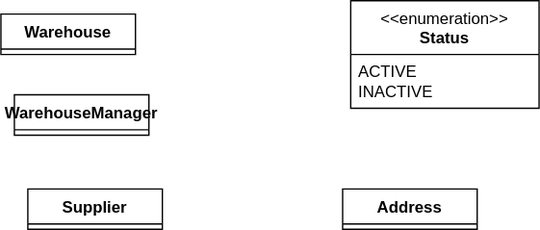
The draw.io diagram nsirh-classes.svg in Simamkele88/IFM3_GP, before a commit. Source tidied: cells renumbered, new cells last; positions are measured from the earlier drawing's top-left corner, leaving out a move shared by most shapes.
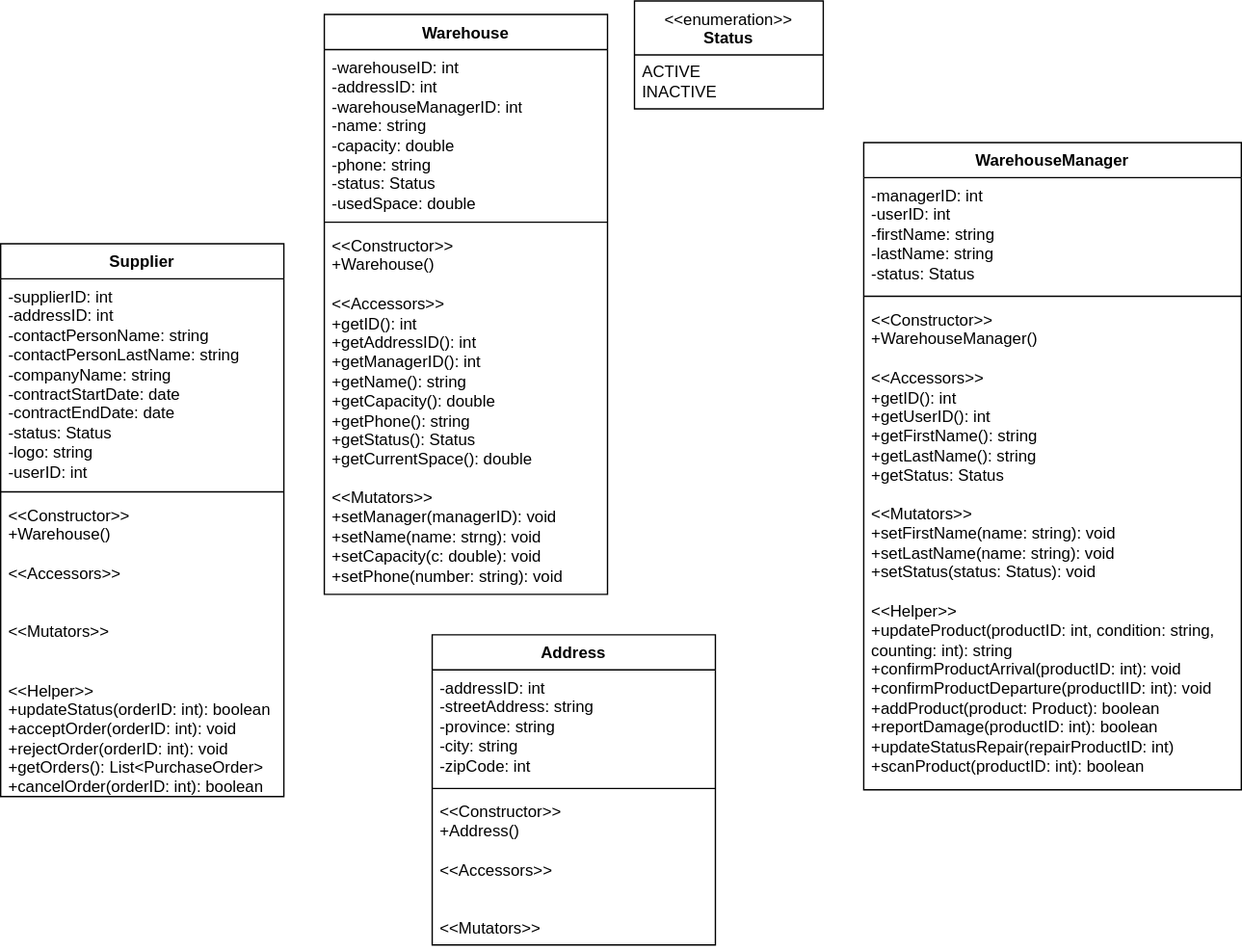
Later version of the same file.

What changed in the source:
```diff
@@ -2,23 +2,59 @@
   <root>
     <mxCell id="0" />
     <mxCell id="1" parent="0" />
-    <mxCell id="2" value="Warehouse" style="swimlane;fontStyle=1;align=center;verticalAlign=top;horizontal=1;startSize=26;whiteSpace=wrap;html=1;" parent="1" vertex="1" collapsed="1">
-      <mxGeometry y="10" width="100" height="30" as="geometry" />
+    <mxCell id="2" value="Warehouse" style="swimlane;fontStyle=1;align=center;verticalAlign=top;horizontal=1;startSize=26;whiteSpace=wrap;html=1;" parent="1" vertex="1">
+      <mxGeometry x="80" y="-40" width="210" height="430" as="geometry" />
     </mxCell>
+    <mxCell id="8" value="-warehouseID: int&lt;div&gt;-addressID: int&lt;/div&gt;&lt;div&gt;-warehouseManagerID: int&lt;/div&gt;&lt;div&gt;-name: string&lt;/div&gt;&lt;div&gt;-capacity: double&lt;/div&gt;&lt;div&gt;-phone: string&lt;/div&gt;&lt;div&gt;-status: Status&lt;/div&gt;&lt;div&gt;-usedSpace: double&lt;/div&gt;&lt;div&gt;&lt;br&gt;&lt;/div&gt;" style="text;strokeColor=none;fillColor=none;align=left;verticalAlign=top;spacingLeft=4;spacingRight=4;overflow=hidden;whiteSpace=wrap;html=1;" parent="2" vertex="1">
+      <mxGeometry y="26" width="210" height="124" as="geometry" />
+    </mxCell>
+    <mxCell id="9" style="line;strokeWidth=1;fillColor=none;align=left;verticalAlign=middle;spacingTop=-1;spacingLeft=3;spacingRight=3;labelPosition=right;strokeColor=inherit;" parent="2" vertex="1">
+      <mxGeometry y="150" width="210" height="8" as="geometry" />
+    </mxCell>
+    <mxCell id="10" value="&amp;lt;&amp;lt;Constructor&amp;gt;&amp;gt;&lt;div&gt;+Warehouse()&lt;/div&gt;&lt;div&gt;&lt;br&gt;&lt;/div&gt;&lt;div&gt;&amp;lt;&amp;lt;Accessors&amp;gt;&amp;gt;&lt;/div&gt;&lt;div&gt;+getID(): int&lt;/div&gt;&lt;div&gt;+getAddressID(): int&lt;/div&gt;&lt;div&gt;+getManagerID(): int&lt;/div&gt;&lt;div&gt;+getName(): string&lt;/div&gt;&lt;div&gt;+getCapacity(): double&lt;/div&gt;&lt;div&gt;+getPhone(): string&lt;/div&gt;&lt;div&gt;+getStatus(): Status&lt;/div&gt;&lt;div&gt;+getCurrentSpace(): double&lt;/div&gt;&lt;div&gt;&lt;br&gt;&lt;/div&gt;&lt;div&gt;&amp;lt;&amp;lt;Mutators&amp;gt;&amp;gt;&lt;/div&gt;&lt;div&gt;+setManager(managerID): void&lt;/div&gt;&lt;div&gt;+setName(name: strng): void&lt;/div&gt;&lt;div&gt;+setCapacity(c: double): void&lt;/div&gt;&lt;div&gt;+setPhone(number: string): void&lt;/div&gt;&lt;div&gt;&lt;br&gt;&lt;/div&gt;" style="text;strokeColor=none;fillColor=none;align=left;verticalAlign=top;spacingLeft=4;spacingRight=4;overflow=hidden;whiteSpace=wrap;html=1;" parent="2" vertex="1">
+      <mxGeometry y="158" width="210" height="272" as="geometry" />
+    </mxCell>
     <mxCell id="3" value="&amp;lt;&amp;lt;enumeration&amp;gt;&amp;gt;&lt;br&gt;&lt;b&gt;Status&lt;/b&gt;" style="swimlane;fontStyle=0;align=center;verticalAlign=top;horizontal=1;startSize=40;html=1;whiteSpace=wrap;" parent="1" vertex="1">
-      <mxGeometry x="260" width="140" height="80" as="geometry" />
+      <mxGeometry x="310" y="-50" width="140" height="80" as="geometry" />
     </mxCell>
     <mxCell id="4" value="ACTIVE&lt;div&gt;INACTIVE&lt;/div&gt;" style="text;html=1;strokeColor=none;fillColor=none;align=left;verticalAlign=middle;spacingLeft=4;spacingRight=4;overflow=hidden;whiteSpace=wrap;" parent="3" vertex="1">
       <mxGeometry y="40" width="140" height="40" as="geometry" />
     </mxCell>
-    <mxCell id="5" value="WarehouseManager" style="swimlane;fontStyle=1;align=center;verticalAlign=top;horizontal=1;startSize=26;whiteSpace=wrap;html=1;" parent="1" vertex="1" collapsed="1">
-      <mxGeometry x="10" y="70" width="100" height="30" as="geometry" />
+    <mxCell id="5" value="WarehouseManager" style="swimlane;fontStyle=1;align=center;verticalAlign=top;horizontal=1;startSize=26;whiteSpace=wrap;html=1;" parent="1" vertex="1">
+      <mxGeometry x="480" y="55" width="280" height="480" as="geometry" />
     </mxCell>
+    <mxCell id="11" value="-managerID: int&lt;div&gt;-userID: int&lt;/div&gt;&lt;div&gt;-firstName: string&lt;/div&gt;&lt;div&gt;-lastName: string&lt;/div&gt;&lt;div&gt;-status: Status&lt;/div&gt;&lt;div&gt;&lt;br&gt;&lt;/div&gt;" style="text;strokeColor=none;fillColor=none;align=left;verticalAlign=top;spacingLeft=4;spacingRight=4;overflow=hidden;whiteSpace=wrap;html=1;" parent="5" vertex="1">
+      <mxGeometry y="26" width="280" height="84" as="geometry" />
+    </mxCell>
+    <mxCell id="12" style="line;strokeWidth=1;fillColor=none;align=left;verticalAlign=middle;spacingTop=-1;spacingLeft=3;spacingRight=3;labelPosition=right;strokeColor=inherit;" parent="5" vertex="1">
+      <mxGeometry y="110" width="280" height="8" as="geometry" />
+    </mxCell>
+    <mxCell id="13" value="&amp;lt;&amp;lt;Constructor&amp;gt;&amp;gt;&lt;div&gt;+WarehouseManager()&lt;/div&gt;&lt;div&gt;&lt;br&gt;&lt;/div&gt;&lt;div&gt;&amp;lt;&amp;lt;Accessors&amp;gt;&amp;gt;&lt;/div&gt;&lt;div&gt;+getID(): int&lt;/div&gt;&lt;div&gt;+getUserID(): int&lt;/div&gt;&lt;div&gt;+getFirstName(): string&lt;/div&gt;&lt;div&gt;+getLastName(): string&lt;/div&gt;&lt;div&gt;+getStatus: Status&lt;/div&gt;&lt;div&gt;&lt;br&gt;&lt;/div&gt;&lt;div&gt;&amp;lt;&amp;lt;Mutators&amp;gt;&amp;gt;&lt;/div&gt;&lt;div&gt;+setFirstName(name: string): void&lt;/div&gt;&lt;div&gt;+s&lt;span style=&quot;background-color: transparent; color: light-dark(rgb(0, 0, 0), rgb(255, 255, 255));&quot;&gt;etLastName(name: string): void&lt;/span&gt;&lt;/div&gt;&lt;div&gt;+setStatus(status: Status): void&lt;/div&gt;&lt;div&gt;&lt;br&gt;&lt;/div&gt;&lt;div&gt;&amp;lt;&amp;lt;Helper&amp;gt;&amp;gt;&lt;/div&gt;&lt;div&gt;+updateProduct(productID: int, condition: string, counting: int): string&lt;/div&gt;&lt;div&gt;+confirmProductArrival(productID: int): void&lt;/div&gt;&lt;div&gt;+confirmProductDeparture(productIID: int): void&lt;/div&gt;&lt;div&gt;+addProduct(product: Product): boolean&lt;/div&gt;&lt;div&gt;+reportDamage(productID: int): boolean&lt;/div&gt;&lt;div&gt;+updateStatusRepair(repairProductID: int)&lt;/div&gt;&lt;div&gt;+scanProduct(productID: int): boolean&lt;/div&gt;" style="text;strokeColor=none;fillColor=none;align=left;verticalAlign=top;spacingLeft=4;spacingRight=4;overflow=hidden;whiteSpace=wrap;html=1;" parent="5" vertex="1">
+      <mxGeometry y="118" width="280" height="362" as="geometry" />
+    </mxCell>
-    <mxCell id="6" value="Supplier" style="swimlane;fontStyle=1;align=center;verticalAlign=top;horizontal=1;startSize=26;whiteSpace=wrap;html=1;" parent="1" vertex="1" collapsed="1">
-      <mxGeometry x="20" y="140" width="100" height="30" as="geometry" />
+    <mxCell id="6" value="Supplier" style="swimlane;fontStyle=1;align=center;verticalAlign=top;horizontal=1;startSize=26;whiteSpace=wrap;html=1;" parent="1" vertex="1">
+      <mxGeometry x="-160" y="130" width="210" height="410" as="geometry" />
     </mxCell>
+    <mxCell id="14" value="-supplierID: int&lt;div&gt;-addressID: int&lt;/div&gt;&lt;div&gt;-contactPersonName: string&lt;/div&gt;&lt;div&gt;-contactPersonLastName: string&lt;/div&gt;&lt;div&gt;-companyName: string&lt;/div&gt;&lt;div&gt;-contractStartDate: date&lt;/div&gt;&lt;div&gt;-contractEndDate: date&lt;/div&gt;&lt;div&gt;-status: Status&lt;/div&gt;&lt;div&gt;-logo: string&lt;/div&gt;&lt;div&gt;-userID: int&lt;/div&gt;" style="text;strokeColor=none;fillColor=none;align=left;verticalAlign=top;spacingLeft=4;spacingRight=4;overflow=hidden;whiteSpace=wrap;html=1;" parent="6" vertex="1">
+      <mxGeometry y="26" width="210" height="154" as="geometry" />
+    </mxCell>
+    <mxCell id="15" style="line;strokeWidth=1;fillColor=none;align=left;verticalAlign=middle;spacingTop=-1;spacingLeft=3;spacingRight=3;labelPosition=right;strokeColor=inherit;" parent="6" vertex="1">
+      <mxGeometry y="180" width="210" height="8" as="geometry" />
+    </mxCell>
+    <mxCell id="16" value="&amp;lt;&amp;lt;Constructor&amp;gt;&amp;gt;&lt;div&gt;+Warehouse()&lt;/div&gt;&lt;div&gt;&lt;br&gt;&lt;/div&gt;&lt;div&gt;&amp;lt;&amp;lt;Accessors&amp;gt;&amp;gt;&lt;/div&gt;&lt;div&gt;&lt;br&gt;&lt;/div&gt;&lt;div&gt;&lt;br&gt;&lt;/div&gt;&lt;div&gt;&amp;lt;&amp;lt;Mutators&amp;gt;&amp;gt;&lt;/div&gt;&lt;div&gt;&lt;br&gt;&lt;/div&gt;&lt;div&gt;&lt;br&gt;&lt;/div&gt;&lt;div&gt;&amp;lt;&amp;lt;Helper&amp;gt;&amp;gt;&lt;/div&gt;&lt;div&gt;+updateStatus(orderID: int): boolean&lt;/div&gt;&lt;div&gt;+acceptOrder(orderID: int): void&lt;/div&gt;&lt;div&gt;+rejectOrder(orderID: int): void&lt;/div&gt;&lt;div&gt;+getOrders(): List&amp;lt;PurchaseOrder&amp;gt;&lt;/div&gt;&lt;div&gt;+cancelOrder(orderID: int): boolean&lt;/div&gt;&lt;div&gt;&lt;br&gt;&lt;/div&gt;" style="text;strokeColor=none;fillColor=none;align=left;verticalAlign=top;spacingLeft=4;spacingRight=4;overflow=hidden;whiteSpace=wrap;html=1;" parent="6" vertex="1">
+      <mxGeometry y="188" width="210" height="222" as="geometry" />
+    </mxCell>
-    <mxCell id="7" value="Address" style="swimlane;fontStyle=1;align=center;verticalAlign=top;horizontal=1;startSize=26;whiteSpace=wrap;html=1;" parent="1" vertex="1" collapsed="1">
-      <mxGeometry x="254" y="140" width="100" height="30" as="geometry" />
+    <mxCell id="7" value="Address" style="swimlane;fontStyle=1;align=center;verticalAlign=top;horizontal=1;startSize=26;whiteSpace=wrap;html=1;" parent="1" vertex="1">
+      <mxGeometry x="160" y="420" width="210" height="230" as="geometry" />
     </mxCell>
+    <mxCell id="17" value="-addressID: int&lt;div&gt;-streetAddress: string&lt;/div&gt;&lt;div&gt;-province: string&lt;/div&gt;&lt;div&gt;-city: string&lt;/div&gt;&lt;div&gt;-zipCode: int&lt;/div&gt;" style="text;strokeColor=none;fillColor=none;align=left;verticalAlign=top;spacingLeft=4;spacingRight=4;overflow=hidden;whiteSpace=wrap;html=1;" parent="7" vertex="1">
+      <mxGeometry y="26" width="210" height="84" as="geometry" />
+    </mxCell>
+    <mxCell id="18" style="line;strokeWidth=1;fillColor=none;align=left;verticalAlign=middle;spacingTop=-1;spacingLeft=3;spacingRight=3;labelPosition=right;strokeColor=inherit;" parent="7" vertex="1">
+      <mxGeometry y="110" width="210" height="8" as="geometry" />
+    </mxCell>
+    <mxCell id="19" value="&amp;lt;&amp;lt;Constructor&amp;gt;&amp;gt;&lt;div&gt;+Address()&lt;/div&gt;&lt;div&gt;&lt;br&gt;&lt;/div&gt;&lt;div&gt;&amp;lt;&amp;lt;Accessors&amp;gt;&amp;gt;&lt;/div&gt;&lt;div&gt;&lt;br&gt;&lt;/div&gt;&lt;div&gt;&lt;br&gt;&lt;/div&gt;&lt;div&gt;&amp;lt;&amp;lt;Mutators&amp;gt;&amp;gt;&lt;/div&gt;&lt;div&gt;&lt;br&gt;&lt;/div&gt;&lt;div&gt;&lt;br&gt;&lt;/div&gt;" style="text;strokeColor=none;fillColor=none;align=left;verticalAlign=top;spacingLeft=4;spacingRight=4;overflow=hidden;whiteSpace=wrap;html=1;" parent="7" vertex="1">
+      <mxGeometry y="118" width="210" height="112" as="geometry" />
+    </mxCell>
   </root>
 </mxGraphModel>
```
